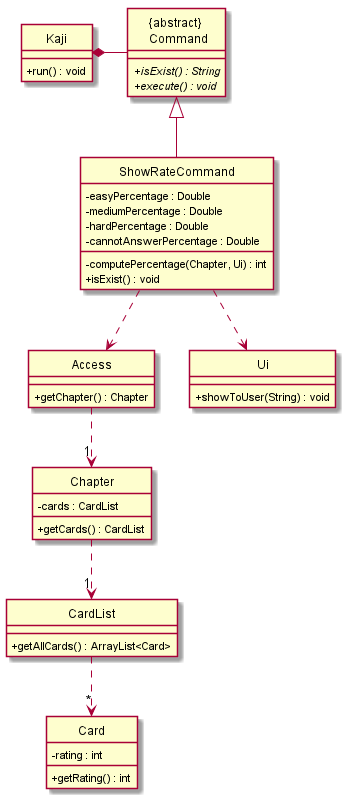
Above: docs/UML/ShowRateCommandClass.png in nus-cs2113-AY2021S1/tp (PlantUML), before the change. The source it was exported from:
```plantuml
@startuml

hide circle
skinparam classAttributeIconSize 0

class "{abstract} \n Command"{
  + isExist() : String {abstract}
  + execute() : void {abstract}
}

class "Kaji" {
    + run() : void
}

class "Access" {
    + getChapter() : Chapter
}

class "CardList" {
    + getAllCards() : ArrayList<Card>
}

class "Ui" {
    + showToUser(String) : void
}

class "Chapter" {
    - cards : CardList
    + getCards() : CardList
}

class "Card" {
    - rating : int
    + getRating() : int
}

"{abstract} \n Command" <|-- ShowRateCommand
ShowRateCommand : - easyPercentage : Double
ShowRateCommand : - mediumPercentage : Double
ShowRateCommand : - hardPercentage : Double
ShowRateCommand : - cannotAnswerPercentage : Double
ShowRateCommand : - computePercentage(Chapter, Ui) : int
ShowRateCommand : + isExist() : void

Kaji *- "{abstract} \n Command"

ShowRateCommand ..> Access
Access ..> "1" Chapter
Chapter ..> "1" CardList
CardList ..> "*" Card
ShowRateCommand ..> Ui

@enduml
```
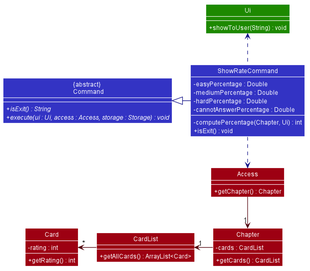
After the commit.

Change to the diagram source:
```diff
@@ -1,53 +1,100 @@
 @startuml
 
-hide circle
-skinparam classAttributeIconSize 0
 
-class "{abstract} \n Command"{
-  + isExist() : String {abstract}
-  + execute() : void {abstract}
+
+
+
+
+
+
+skinparam BackgroundColor #FFFFFFF
+
+skinparam Shadowing false
+
+skinparam Class {
+    FontColor #FFFFFF
+    BorderThickness 1
+    BorderColor #FFFFFF
+    StereotypeFontColor #FFFFFF
+    FontName Arial
 }
 
-class "Kaji" {
-    + run() : void
+skinparam Actor {
+    BorderColor #000000
+    Color #000000
+    FontName Arial
 }
 
-class "Access" {
+skinparam Sequence {
+    MessageAlign center
+    BoxFontSize 15
+    BoxPadding 0
+    BoxFontColor #FFFFFF
+    FontName Arial
+}
+
+skinparam Participant {
+    FontColor #FFFFFFF
+    Padding 20
+}
+
+skinparam MinClassWidth 50
+skinparam ParticipantPadding 10
+skinparam Shadowing false
+skinparam DefaultTextAlignment center
+skinparam packageStyle Rectangle
+skinparam classAttributeIconSize 0
+skinparam classAttributeFontColor white
+skinparam classAttributeFontSize 12
+
+hide footbox
+hide members
+hide circle
+show member
+skinparam arrowThickness 1.1
+
+class "{abstract} \n Command" as Command #3333C4 {
+    + {abstract} isExit() : String
+    + {abstract} execute(ui : Ui, access : Access, storage : Storage) : void
+}
+
+class "Access" #9D0012 {
     + getChapter() : Chapter
 }
 
-class "CardList" {
+class "CardList" #9D0012 {
     + getAllCards() : ArrayList<Card>
 }
 
-class "Ui" {
+class "Ui" #1D8900 {
     + showToUser(String) : void
 }
 
-class "Chapter" {
+class "Chapter" #9D0012 {
     - cards : CardList
     + getCards() : CardList
 }
 
-class "Card" {
+class "Card" #9D0012 {
     - rating : int
     + getRating() : int
 }
 
-"{abstract} \n Command" <|-- ShowRateCommand
-ShowRateCommand : - easyPercentage : Double
-ShowRateCommand : - mediumPercentage : Double
-ShowRateCommand : - hardPercentage : Double
-ShowRateCommand : - cannotAnswerPercentage : Double
-ShowRateCommand : - computePercentage(Chapter, Ui) : int
-ShowRateCommand : + isExist() : void
+class ShowRateCommand #3333C4 {
+    - easyPercentage : Double
+    - mediumPercentage : Double
+    - hardPercentage : Double
+    - cannotAnswerPercentage : Double
+    - computePercentage(Chapter, Ui) : int
+    + isExit() : void
+}
 
-Kaji *- "{abstract} \n Command"
+Command <|-right[#101086]- ShowRateCommand
 
-ShowRateCommand ..> Access
-Access ..> "1" Chapter
-Chapter ..> "1" CardList
-CardList ..> "*" Card
-ShowRateCommand ..> Ui
+ShowRateCommand .down[#101086].> Access
+Access -down[#51000A]-> "1" Chapter
+Chapter -left[#51000A]-> "1" CardList
+CardList -left[#51000A]-> "*" Card
+ShowRateCommand .up[#101086].> Ui
 
 @enduml
```
